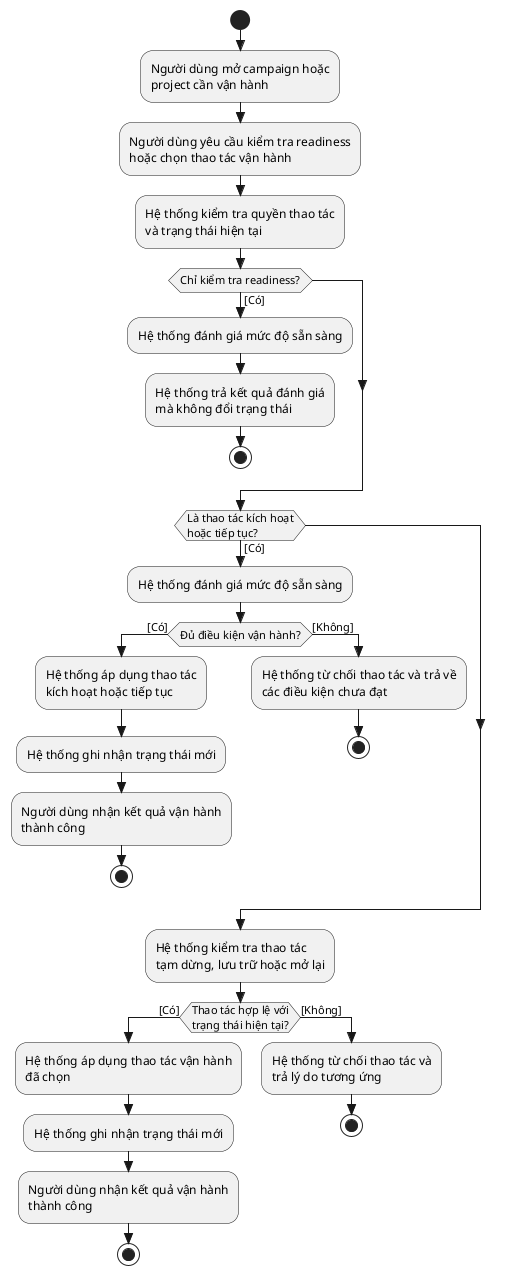
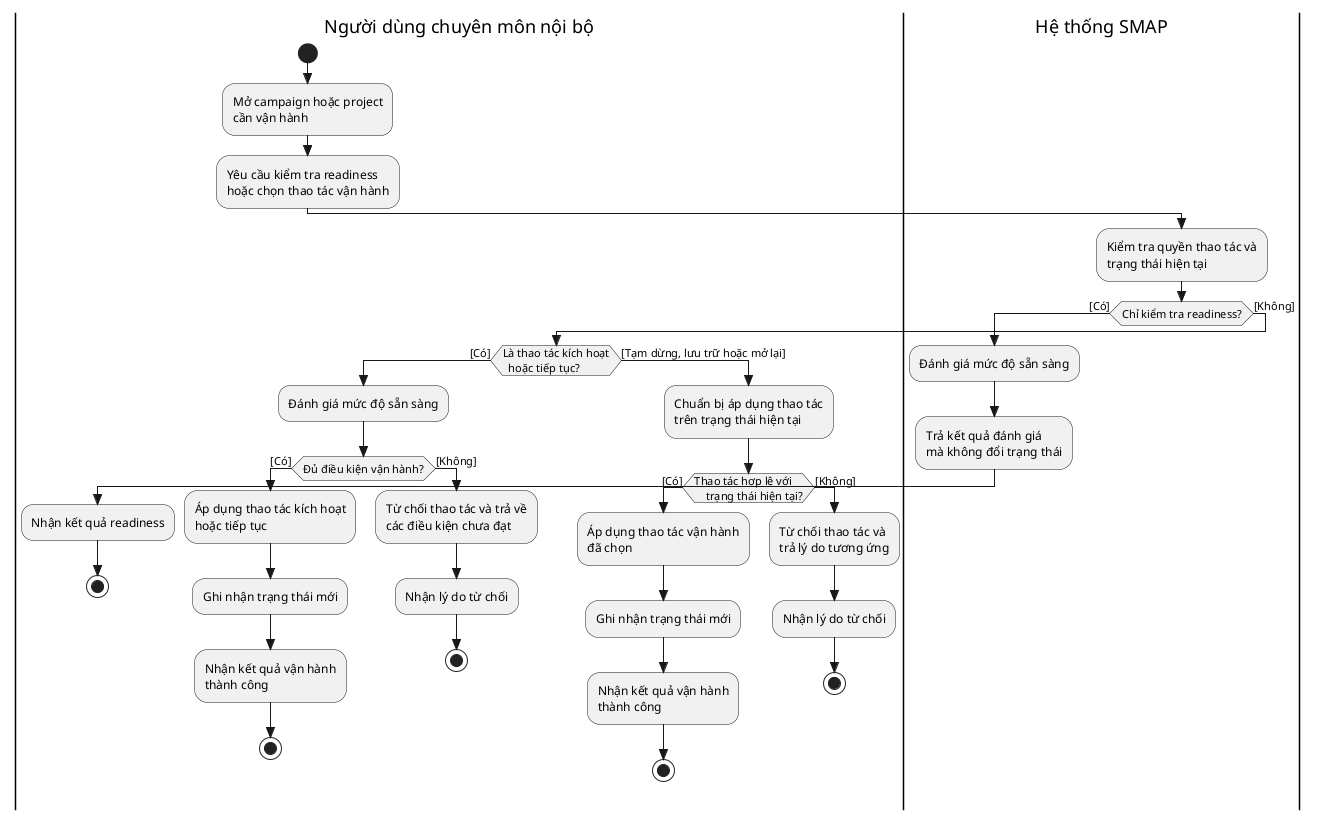
@startuml
skinparam style strictuml
skinparam shadowing false
skinparam defaultFontName Arial

+ |Người dùng chuyên môn nội bộ|
start
- :Người dùng mở campaign hoặc
- project cần vận hành;
- :Người dùng yêu cầu kiểm tra readiness
+ :Mở campaign hoặc project
+ cần vận hành;
+ :Yêu cầu kiểm tra readiness
hoặc chọn thao tác vận hành;
- :Hệ thống kiểm tra quyền thao tác
- và trạng thái hiện tại;
+ 
+ |Hệ thống SMAP|
+ :Kiểm tra quyền thao tác và
+ trạng thái hiện tại;

if (Chỉ kiểm tra readiness?) then ([Có])
-   :Hệ thống đánh giá mức độ sẵn sàng;
-   :Hệ thống trả kết quả đánh giá
+   :Đánh giá mức độ sẵn sàng;
+   :Trả kết quả đánh giá
  mà không đổi trạng thái;
+   |Người dùng chuyên môn nội bộ|
+   :Nhận kết quả readiness;
  stop
- endif
- 
- if (Là thao tác kích hoạt
- hoặc tiếp tục?) then ([Có])
-   :Hệ thống đánh giá mức độ sẵn sàng;
-   if (Đủ điều kiện vận hành?) then ([Có])
-     :Hệ thống áp dụng thao tác
-     kích hoạt hoặc tiếp tục;
-     :Hệ thống ghi nhận trạng thái mới;
-     :Người dùng nhận kết quả vận hành
-     thành công;
-     stop
-   else ([Không])
-     :Hệ thống từ chối thao tác và trả về
-     các điều kiện chưa đạt;
-     stop
+ else ([Không])
+   if (Là thao tác kích hoạt
+   hoặc tiếp tục?) then ([Có])
+     :Đánh giá mức độ sẵn sàng;
+     if (Đủ điều kiện vận hành?) then ([Có])
+       :Áp dụng thao tác kích hoạt
+       hoặc tiếp tục;
+       :Ghi nhận trạng thái mới;
+       |Người dùng chuyên môn nội bộ|
+       :Nhận kết quả vận hành
+       thành công;
+       stop
+     else ([Không])
+       :Từ chối thao tác và trả về
+       các điều kiện chưa đạt;
+       |Người dùng chuyên môn nội bộ|
+       :Nhận lý do từ chối;
+       stop
+     endif
+   else ([Tạm dừng, lưu trữ hoặc mở lại])
+     :Chuẩn bị áp dụng thao tác
+     trên trạng thái hiện tại;
+     if (Thao tác hợp lệ với
+     trạng thái hiện tại?) then ([Có])
+       :Áp dụng thao tác vận hành
+       đã chọn;
+       :Ghi nhận trạng thái mới;
+       |Người dùng chuyên môn nội bộ|
+       :Nhận kết quả vận hành
+       thành công;
+       stop
+     else ([Không])
+       :Từ chối thao tác và
+       trả lý do tương ứng;
+       |Người dùng chuyên môn nội bộ|
+       :Nhận lý do từ chối;
+       stop
+     endif
  endif
endif
- 
- :Hệ thống kiểm tra thao tác
- tạm dừng, lưu trữ hoặc mở lại;
- if (Thao tác hợp lệ với
- trạng thái hiện tại?) then ([Có])
-   :Hệ thống áp dụng thao tác vận hành
-   đã chọn;
-   :Hệ thống ghi nhận trạng thái mới;
-   :Người dùng nhận kết quả vận hành
-   thành công;
-   stop
- else ([Không])
-   :Hệ thống từ chối thao tác và
-   trả lý do tương ứng;
-   stop
- endif
@enduml
